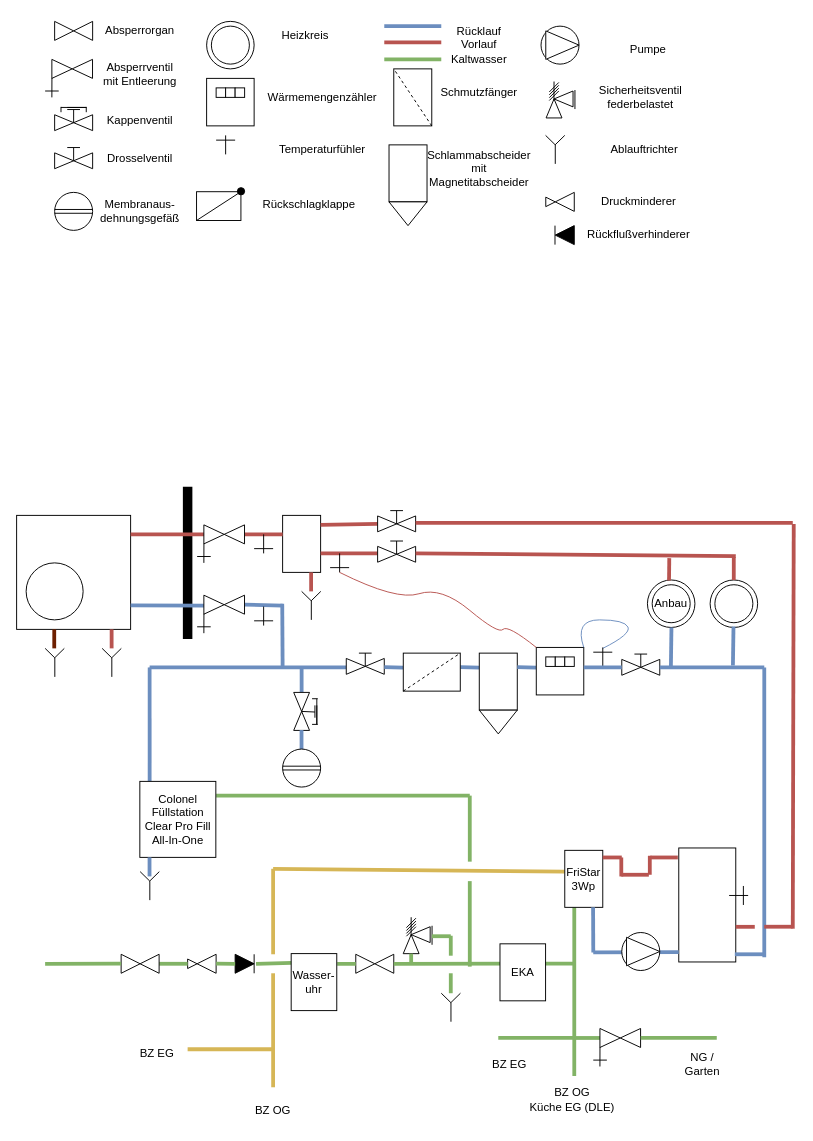
Earlier version of the draw.io diagram hydraulik.drawio (eddi0815/socket2). Source tidied: cells renumbered, new cells numbered last; positions are measured from the earlier drawing's top-left corner, leaving out a move shared by most shapes. Both pictures are drawn from the tidied source at 95%, with x=0, y=0 at pixel (16, 16).
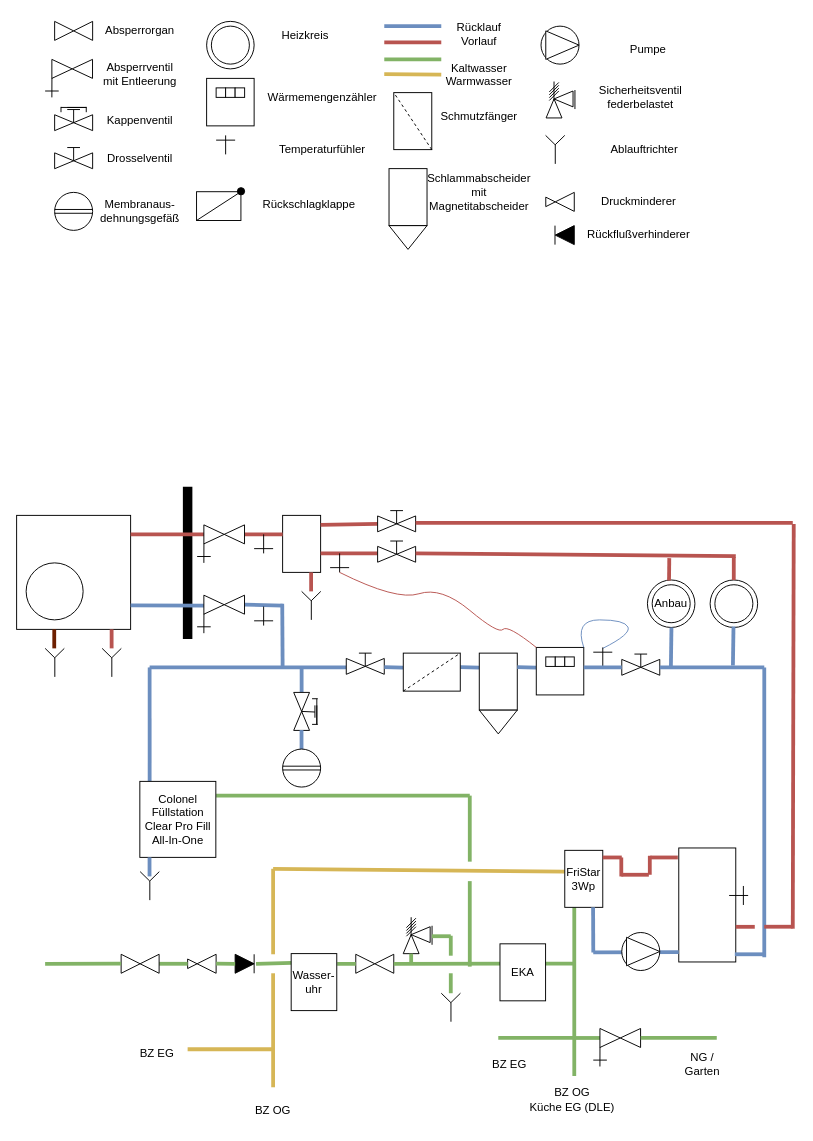
After the change.

What changed in the source:
```diff
@@
     <mxCell id="79" style="group;rotation=-90;" parent="1" vertex="1">
-      <mxGeometry x="387" y="65" width="60" height="40" as="geometry" />
+      <mxGeometry x="387" y="90" width="60" height="40" as="geometry" />
     </mxCell>
@@
     <mxCell id="82" style="group;" parent="1" vertex="1">
-      <mxGeometry x="392" y="135" width="40" height="85" as="geometry" />
+      <mxGeometry x="392" y="160" width="40" height="85" as="geometry" />
     </mxCell>
@@
-    <mxCell id="130" value="&lt;div&gt;Rücklauf&lt;/div&gt;&lt;div&gt;Vorlauf&lt;/div&gt;&lt;div&gt;Kaltwasser&lt;br&gt;&lt;/div&gt;" style="text;html=1;align=center;verticalAlign=middle;whiteSpace=wrap;rounded=0;" parent="1" vertex="1">
-      <mxGeometry x="447" y="15" width="80" height="30" as="geometry" />
+    <mxCell id="130" value="&lt;div&gt;Rücklauf&lt;/div&gt;&lt;div&gt;Vorlauf&lt;/div&gt;&lt;div&gt;&lt;br&gt;&lt;/div&gt;&lt;div&gt;Kaltwasser&lt;br&gt;&lt;/div&gt;&lt;div&gt;Warmwasser&lt;br&gt;&lt;/div&gt;" style="text;html=1;align=center;verticalAlign=middle;whiteSpace=wrap;rounded=0;" parent="1" vertex="1">
+      <mxGeometry x="447" y="25" width="80" height="30" as="geometry" />
     </mxCell>
     <mxCell id="131" value="Schmutzfänger" style="text;html=1;align=center;verticalAlign=middle;whiteSpace=wrap;rounded=0;" parent="1" vertex="1">
-      <mxGeometry x="447" y="65" width="80" height="30" as="geometry" />
+      <mxGeometry x="447" y="90" width="80" height="30" as="geometry" />
     </mxCell>
     <mxCell id="132" value="&lt;div&gt;Schlammabscheider&lt;/div&gt;&lt;div&gt;mit&lt;/div&gt;&lt;div&gt;Magnetitabscheider&lt;br&gt;&lt;/div&gt;" style="text;html=1;align=center;verticalAlign=middle;whiteSpace=wrap;rounded=0;" parent="1" vertex="1">
-      <mxGeometry x="447" y="145" width="80" height="30" as="geometry" />
+      <mxGeometry x="447" y="170" width="80" height="30" as="geometry" />
     </mxCell>
@@
+    <mxCell id="315" style="endArrow=none;html=1;rounded=0;jumpSize=6;strokeWidth=4;fillColor=#fff2cc;strokeColor=#d6b656;" parent="1" edge="1">
+      <mxGeometry relative="1" as="geometry">
+        <mxPoint x="447" y="61" as="sourcePoint" />
+        <mxPoint x="387" y="60.6" as="targetPoint" />
+      </mxGeometry>
+    </mxCell>
```
